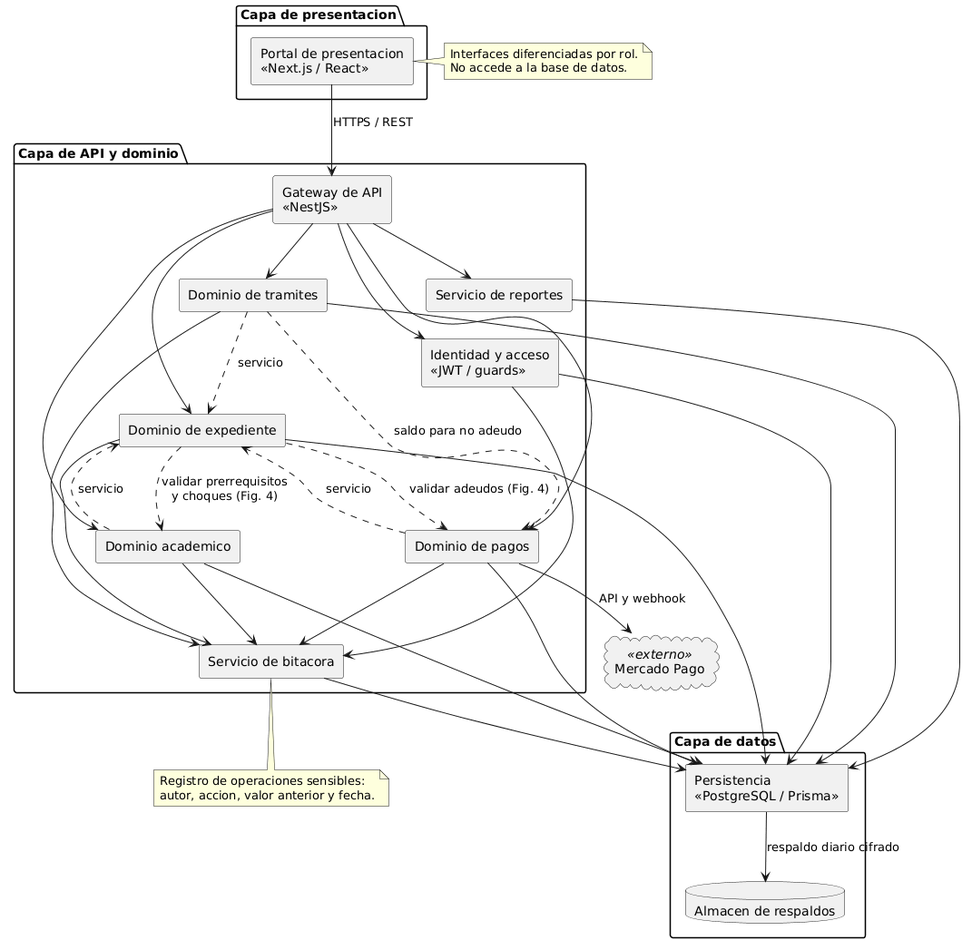
Above: docs/arquitectura/render/fig02-componentes.png in fjmp-dev/sce-control-escolar (PlantUML), before the change.
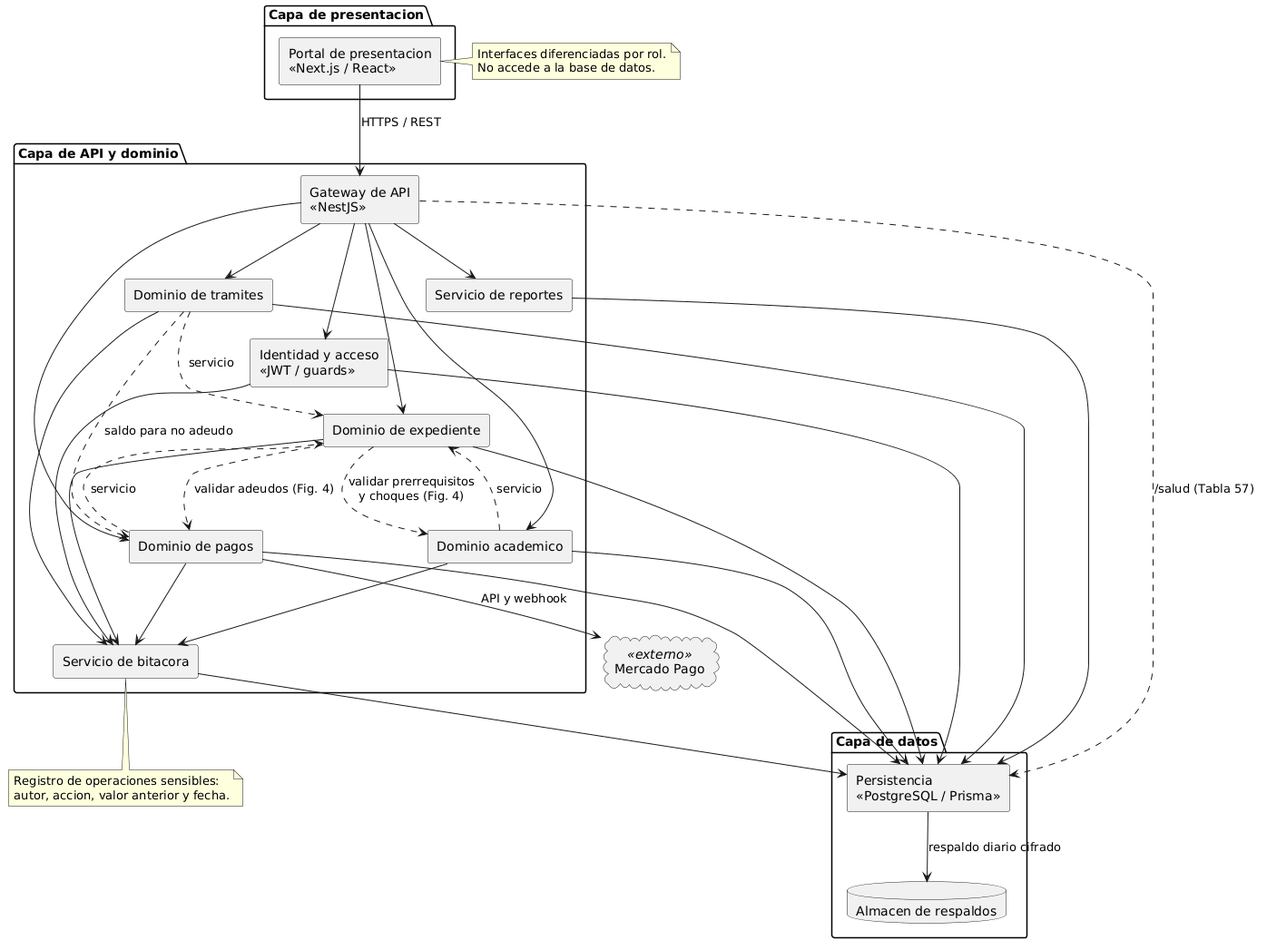
The same file after the commit.

Commit message:
docs(arquitectura): CC-014 dependencia del gateway a persistencia en la Fig. 2

Change to the diagram source:
```diff
@@ -56,6 +56,7 @@
 DEXP ..> DPAG : validar adeudos (Fig. 4)
 DTRA ..> DPAG : saldo para no adeudo
 IAM --> SBIT
+GW ..> PERS : /salud (Tabla 57)
 
 note right of PORTAL
   Interfaces diferenciadas por rol.
```
